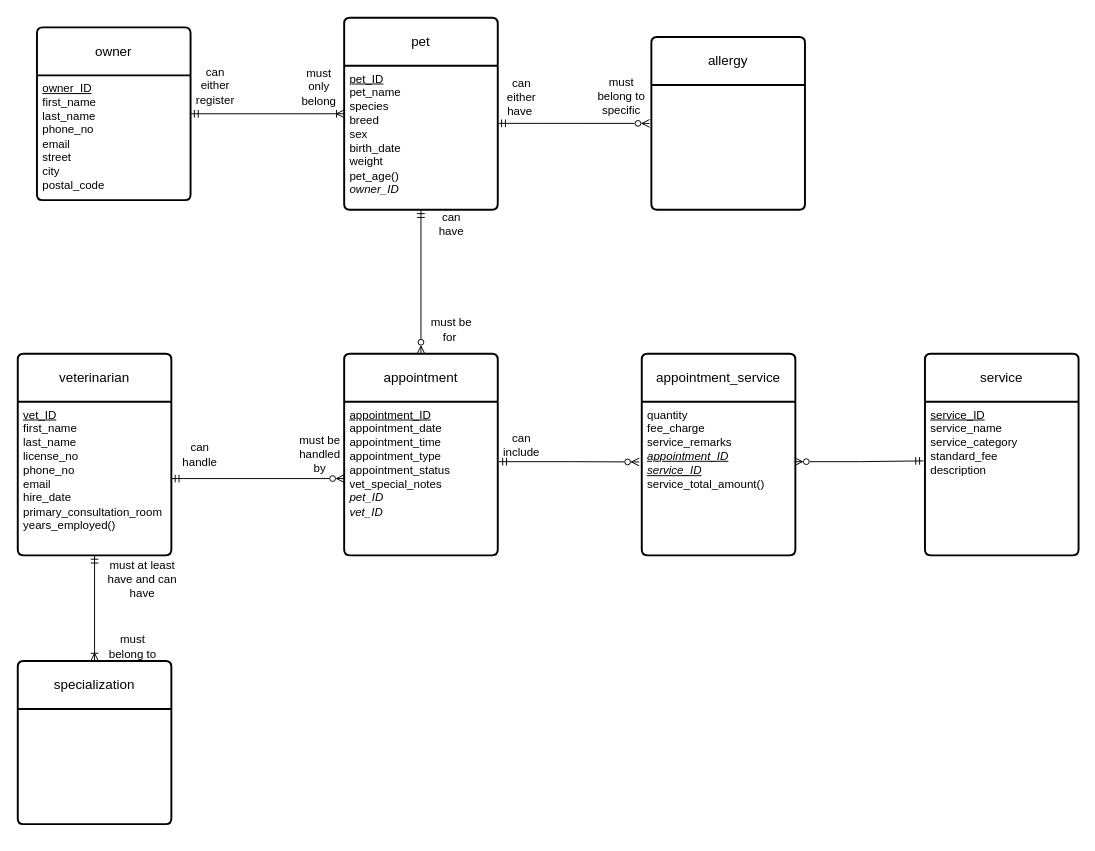
This is hands on 2627.drawio from agramether/sql_erd, a draw.io file, before an edit. Source tidied: cells renumbered, new cells numbered last; positions are measured from the earlier drawing's top-left corner, leaving out a move shared by most shapes. Both pictures are drawn from the tidied source at 96%, with x=0, y=0 at pixel (17, 17).
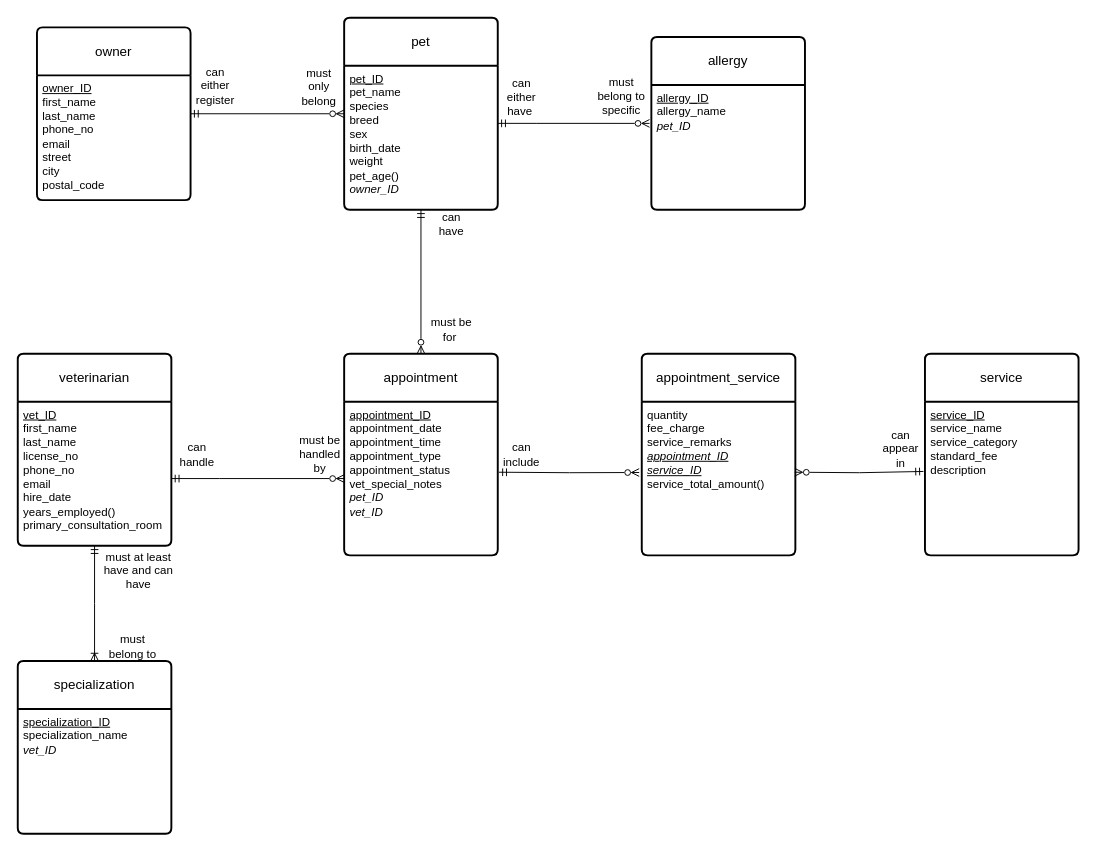
After the change.

Unchanged cells that the change refers to:
```xml
<mxCell id="2" value="owner" style="swimlane;horizontal=1;startSize=50;rounded=1;fontSize=14;fontStyle=0;strokeWidth=2;shadow=0;dashed=0;align=center;arcSize=4;whiteSpace=wrap;html=1;" parent="1" vertex="1">
  <mxGeometry x="20" y="10" width="160" height="180" as="geometry" />
</mxCell>
<mxCell id="5" value="pet" style="swimlane;horizontal=1;startSize=50;rounded=1;fontSize=14;fontStyle=0;strokeWidth=2;shadow=0;dashed=0;align=center;arcSize=4;whiteSpace=wrap;html=1;" parent="1" vertex="1">
  <mxGeometry x="340" width="160" height="200" as="geometry" />
</mxCell>
<mxCell id="7" value="allergy" style="swimlane;horizontal=1;startSize=50;rounded=1;fontSize=14;fontStyle=0;strokeWidth=2;shadow=0;dashed=0;align=center;arcSize=4;whiteSpace=wrap;html=1;" parent="1" vertex="1">
  <mxGeometry x="660" y="20" width="160" height="180" as="geometry" />
</mxCell>
<mxCell id="18" value="&lt;u&gt;appointment_ID&lt;/u&gt;&lt;div&gt;appointment_date&lt;/div&gt;&lt;div&gt;appointment_time&lt;/div&gt;&lt;div&gt;appointment_type&lt;/div&gt;&lt;div&gt;appointment_status&lt;/div&gt;&lt;div&gt;vet_special_notes&lt;/div&gt;&lt;div&gt;&lt;i&gt;pet_ID&lt;/i&gt;&lt;/div&gt;&lt;div&gt;&lt;i&gt;vet_ID&lt;/i&gt;&lt;/div&gt;&lt;div&gt;&lt;br&gt;&lt;/div&gt;" style="align=left;strokeColor=none;fillColor=none;spacingLeft=4;spacingRight=4;fontSize=12;verticalAlign=top;html=1;whiteSpace=wrap;" parent="17" vertex="1">
  <mxGeometry y="50" width="160" height="160" as="geometry" />
</mxCell>
<mxCell id="25" value="&lt;div&gt;&lt;u&gt;service_ID&lt;/u&gt;&lt;/div&gt;&lt;div&gt;service_name&lt;/div&gt;&lt;div&gt;service_category&lt;/div&gt;&lt;div&gt;standard_fee&lt;/div&gt;&lt;div&gt;description&lt;/div&gt;" style="align=left;strokeColor=none;fillColor=none;spacingLeft=4;spacingRight=4;fontSize=12;verticalAlign=top;html=1;whiteSpace=wrap;" parent="24" vertex="1">
  <mxGeometry y="50" width="160" height="160" as="geometry" />
</mxCell>
<mxCell id="28" value="&lt;div&gt;quantity&lt;/div&gt;&lt;div&gt;fee_charge&lt;/div&gt;&lt;div&gt;service_remarks&lt;/div&gt;&lt;div&gt;&lt;i&gt;&lt;u&gt;appointment_ID&lt;/u&gt;&lt;/i&gt;&lt;/div&gt;&lt;div&gt;&lt;i&gt;&lt;u&gt;service_ID&lt;/u&gt;&lt;/i&gt;&lt;/div&gt;&lt;div&gt;service_total_amount()&lt;/div&gt;" style="align=left;strokeColor=none;fillColor=none;spacingLeft=4;spacingRight=4;fontSize=12;verticalAlign=top;html=1;whiteSpace=wrap;" parent="27" vertex="1">
  <mxGeometry y="50" width="160" height="160" as="geometry" />
</mxCell>
```

The edit, as a diff of the source:
```diff
@@
-    <mxCell id="4" style="edgeStyle=orthogonalEdgeStyle;rounded=0;jettySize=auto;html=1;entryX=1;entryY=0.5;entryDx=0;entryDy=0;endArrow=ERmandOne;endFill=0;startArrow=ERoneToMany;startFill=0;" parent="1" edge="1" source="5" target="2">
+    <mxCell id="4" style="edgeStyle=orthogonalEdgeStyle;rounded=0;jettySize=auto;html=1;entryX=1;entryY=0.5;entryDx=0;entryDy=0;endArrow=ERmandOne;endFill=0;startArrow=ERzeroToMany;startFill=0;" parent="1" edge="1" source="5" target="2">
       <mxGeometry relative="1" as="geometry" />
     </mxCell>
@@
-    <mxCell id="8" value="&lt;div&gt;&lt;br&gt;&lt;/div&gt;" style="align=left;strokeColor=none;fillColor=none;spacingLeft=4;spacingRight=4;fontSize=12;verticalAlign=top;html=1;whiteSpace=wrap;" parent="7" vertex="1">
+    <mxCell id="8" value="&lt;div&gt;&lt;u&gt;allergy_ID&lt;/u&gt;&lt;/div&gt;&lt;div&gt;allergy_name&lt;/div&gt;&lt;div&gt;&lt;i&gt;pet_ID&lt;/i&gt;&lt;/div&gt;" style="align=left;strokeColor=none;fillColor=none;spacingLeft=4;spacingRight=4;fontSize=12;verticalAlign=top;html=1;whiteSpace=wrap;" parent="7" vertex="1">
       <mxGeometry y="50" width="160" height="130" as="geometry" />
     </mxCell>
@@
-    <mxCell id="12" style="edgeStyle=orthogonalEdgeStyle;rounded=0;jettySize=auto;html=1;exitX=0.5;exitY=1;exitDx=0;exitDy=0;entryX=0.5;entryY=0;entryDx=0;entryDy=0;startArrow=ERmandOne;startFill=0;endArrow=ERoneToMany;endFill=0;" parent="1" edge="1" source="13" target="26">
-      <mxGeometry relative="1" as="geometry" />
+    <mxCell id="12" style="edgeStyle=orthogonalEdgeStyle;rounded=0;jettySize=auto;html=1;exitX=0.5;exitY=1;exitDx=0;exitDy=0;entryX=0.5;entryY=0;entryDx=0;entryDy=0;startArrow=ERmandOne;startFill=0;endArrow=ERoneToMany;endFill=0;" parent="1" edge="1" source="13">
+      <mxGeometry relative="1" as="geometry">
+        <mxPoint x="80" y="670" as="targetPoint" />
+      </mxGeometry>
     </mxCell>
     <mxCell id="13" value="veterinarian" style="swimlane;horizontal=1;startSize=50;rounded=1;fontSize=14;fontStyle=0;strokeWidth=2;shadow=0;dashed=0;align=center;arcSize=4;whiteSpace=wrap;html=1;" parent="1" vertex="1">
-      <mxGeometry y="350" width="160" height="210" as="geometry" />
+      <mxGeometry y="350" width="160" height="200" as="geometry" />
     </mxCell>
-    <mxCell id="14" value="&lt;u&gt;vet_ID&lt;/u&gt;&lt;div&gt;first_name&lt;/div&gt;&lt;div&gt;last_name&lt;/div&gt;&lt;div&gt;license_no&lt;/div&gt;&lt;div&gt;phone_no&lt;/div&gt;&lt;div&gt;email&lt;/div&gt;&lt;div&gt;hire_date&lt;/div&gt;&lt;div&gt;primary_consultation_room&lt;/div&gt;&lt;div&gt;years_employed()&lt;/div&gt;&lt;div&gt;&lt;br&gt;&lt;/div&gt;" style="align=left;strokeColor=none;fillColor=none;spacingLeft=4;spacingRight=4;fontSize=12;verticalAlign=top;html=1;whiteSpace=wrap;" parent="13" vertex="1">
-      <mxGeometry y="50" width="160" height="160" as="geometry" />
+    <mxCell id="14" value="&lt;u&gt;vet_ID&lt;/u&gt;&lt;div&gt;first_name&lt;/div&gt;&lt;div&gt;last_name&lt;/div&gt;&lt;div&gt;license_no&lt;/div&gt;&lt;div&gt;phone_no&lt;/div&gt;&lt;div&gt;email&lt;/div&gt;&lt;div&gt;hire_date&lt;/div&gt;&lt;div&gt;years_employed()&lt;/div&gt;&lt;div&gt;primary_consultation_room&lt;/div&gt;" style="align=left;strokeColor=none;fillColor=none;spacingLeft=4;spacingRight=4;fontSize=12;verticalAlign=top;html=1;whiteSpace=wrap;" parent="13" vertex="1">
+      <mxGeometry y="50" width="160" height="150" as="geometry" />
     </mxCell>
@@
     <mxCell id="19" style="edgeStyle=orthogonalEdgeStyle;rounded=0;jettySize=auto;html=1;entryX=0;entryY=0.5;entryDx=0;entryDy=0;endArrow=ERzeroToMany;endFill=0;startArrow=ERmandOne;startFill=0;" parent="1" edge="1" source="14" target="18">
-      <mxGeometry relative="1" as="geometry" />
+      <mxGeometry x="-0.02" relative="1" as="geometry">
+        <Array as="points">
+          <mxPoint x="210" y="480" />
+          <mxPoint x="210" y="480" />
+        </Array>
+      </mxGeometry>
     </mxCell>
@@
     <mxCell id="23" value="can handle" style="text;html=1;whiteSpace=wrap;strokeColor=none;fillColor=none;align=center;verticalAlign=middle;rounded=0;" parent="1" vertex="1">
-      <mxGeometry x="165" y="440" width="50" height="30" as="geometry" />
+      <mxGeometry x="162" y="440" width="50" height="30" as="geometry" />
     </mxCell>
@@
-    <mxCell id="26" value="specialization" style="swimlane;horizontal=1;startSize=50;rounded=1;fontSize=14;fontStyle=0;strokeWidth=2;shadow=0;dashed=0;align=center;arcSize=4;whiteSpace=wrap;html=1;" parent="1" vertex="1">
-      <mxGeometry y="670" width="160" height="170" as="geometry" />
-    </mxCell>
@@
-    <mxCell id="29" style="edgeStyle=orthogonalEdgeStyle;rounded=0;jettySize=auto;html=1;entryX=-0.017;entryY=0.392;entryDx=0;entryDy=0;endArrow=ERzeroToMany;endFill=0;exitX=1.007;exitY=0.39;exitDx=0;exitDy=0;exitPerimeter=0;entryPerimeter=0;startArrow=ERmandOne;startFill=0;" parent="1" edge="1" source="18" target="28">
-      <mxGeometry x="0.17" relative="1" as="geometry" />
+    <mxCell id="29" style="edgeStyle=orthogonalEdgeStyle;rounded=0;orthogonalLoop=1;jettySize=auto;html=1;entryX=-0.017;entryY=0.392;entryDx=0;entryDy=0;endArrow=ERzeroToMany;endFill=0;exitX=1.007;exitY=0.39;exitDx=0;exitDy=0;exitPerimeter=0;entryPerimeter=0;startArrow=ERmandOne;startFill=0;" parent="1" edge="1">
+      <mxGeometry x="0.17" relative="1" as="geometry">
+        <mxPoint x="501.1" y="473.4" as="sourcePoint" />
+        <mxPoint x="647.3" y="473.7" as="targetPoint" />
+      </mxGeometry>
     </mxCell>
     <mxCell id="30" value="can include" style="text;html=1;whiteSpace=wrap;strokeColor=none;fillColor=none;align=center;verticalAlign=middle;rounded=0;" parent="1" vertex="1">
-      <mxGeometry x="500" y="430" width="50" height="30" as="geometry" />
+      <mxGeometry x="500" y="440" width="50" height="30" as="geometry" />
     </mxCell>
-    <mxCell id="31" style="edgeStyle=orthogonalEdgeStyle;rounded=0;jettySize=auto;html=1;entryX=-0.01;entryY=0.385;entryDx=0;entryDy=0;startArrow=ERzeroToMany;startFill=0;exitX=0.996;exitY=0.39;exitDx=0;exitDy=0;exitPerimeter=0;entryPerimeter=0;endArrow=ERmandOne;endFill=0;" parent="1" edge="1" source="28" target="25">
-      <mxGeometry x="0.16" relative="1" as="geometry" />
+    <mxCell id="31" style="edgeStyle=orthogonalEdgeStyle;rounded=0;orthogonalLoop=1;jettySize=auto;html=1;entryX=-0.01;entryY=0.385;entryDx=0;entryDy=0;startArrow=ERzeroToMany;startFill=0;exitX=0.996;exitY=0.39;exitDx=0;exitDy=0;exitPerimeter=0;entryPerimeter=0;endArrow=ERmandOne;endFill=0;" parent="1" edge="1">
+      <mxGeometry x="0.16" relative="1" as="geometry">
+        <mxPoint x="809.4" y="473.4" as="sourcePoint" />
+        <mxPoint x="943.4" y="472.6" as="targetPoint" />
+      </mxGeometry>
     </mxCell>
@@
     <mxCell id="33" value="must at least have and can have" style="text;html=1;whiteSpace=wrap;strokeColor=none;fillColor=none;align=center;verticalAlign=middle;rounded=0;" parent="1" vertex="1">
-      <mxGeometry x="90" y="570" width="80" height="30" as="geometry" />
+      <mxGeometry x="86" y="561" width="80" height="30" as="geometry" />
     </mxCell>
@@
+    <mxCell id="35" value="can appear in" style="text;html=1;whiteSpace=wrap;strokeColor=none;fillColor=none;align=center;verticalAlign=middle;rounded=0;" parent="1" vertex="1">
+      <mxGeometry x="895" y="434" width="50" height="30" as="geometry" />
+    </mxCell>
+    <mxCell id="26" value="specialization" style="swimlane;horizontal=1;startSize=50;rounded=1;fontSize=14;fontStyle=0;strokeWidth=2;shadow=0;dashed=0;align=center;arcSize=4;whiteSpace=wrap;html=1;" parent="1" vertex="1">
+      <mxGeometry y="670" width="160" height="180" as="geometry" />
+    </mxCell>
+    <mxCell id="36" value="&lt;div&gt;&lt;span style=&quot;background-color: transparent; color: light-dark(rgb(0, 0, 0), rgb(255, 255, 255));&quot;&gt;&lt;u&gt;specialization_ID&lt;/u&gt;&lt;/span&gt;&lt;/div&gt;&lt;div&gt;&lt;span style=&quot;background-color: transparent; color: light-dark(rgb(0, 0, 0), rgb(255, 255, 255));&quot;&gt;specialization_name&lt;/span&gt;&lt;/div&gt;&lt;div&gt;&lt;i&gt;vet_ID&lt;/i&gt;&lt;/div&gt;" style="align=left;strokeColor=none;fillColor=none;spacingLeft=4;spacingRight=4;fontSize=12;verticalAlign=top;html=1;whiteSpace=wrap;" parent="26" vertex="1">
+      <mxGeometry y="50" width="160" height="130" as="geometry" />
+    </mxCell>
```
